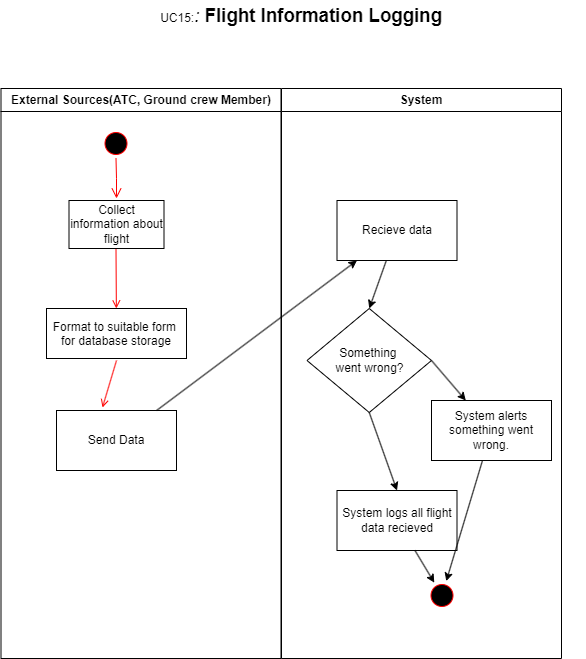
Before: Diagramms/Activity Diagrams/UC_15.drawio.png, a diagram exported from draw.io (Smr002/Group01_Airport_Management_System). Source tidied: cells renumbered, new cells last; positions are measured from the earlier drawing's top-left corner, leaving out a move shared by most shapes. Its diagram source:
```xml
<mxGraphModel>
  <root>
    <mxCell id="0" />
    <mxCell id="1" parent="0" />
    <mxCell id="2" value="External Sources(ATC, Ground crew Member)" style="swimlane;whiteSpace=wrap;" parent="1" vertex="1">
      <mxGeometry x="0.5" y="88" width="280" height="570" as="geometry" />
    </mxCell>
    <mxCell id="3" style="ellipse;shape=startState;fillColor=#000000;strokeColor=#ff0000;" parent="2" vertex="1">
      <mxGeometry x="100" y="40" width="30" height="30" as="geometry" />
    </mxCell>
    <mxCell id="4" style="edgeStyle=elbowEdgeStyle;elbow=horizontal;verticalAlign=bottom;endArrow=open;endSize=8;strokeColor=#FF0000;endFill=1;rounded=0;" parent="2" edge="1" source="3">
      <mxGeometry x="100" y="40" as="geometry">
        <mxPoint x="115.5" y="110" as="targetPoint" />
      </mxGeometry>
    </mxCell>
    <mxCell id="5" value="Format to suitable form &#10;for database storage" parent="2" vertex="1">
      <mxGeometry x="45.5" y="220" width="140" height="50" as="geometry" />
    </mxCell>
    <mxCell id="6" style="endArrow=open;strokeColor=#FF0000;endFill=1;rounded=0;" parent="2" edge="1" target="5">
      <mxGeometry relative="1" as="geometry">
        <mxPoint x="115" y="160" as="sourcePoint" />
      </mxGeometry>
    </mxCell>
    <mxCell id="7" value="Collect information about flight" style="rounded=0;whiteSpace=wrap;html=1;" parent="2" vertex="1">
      <mxGeometry x="68" y="112" width="95" height="48" as="geometry" />
    </mxCell>
    <mxCell id="8" style="endArrow=open;strokeColor=#FF0000;endFill=1;rounded=0;entryX=0.383;entryY=-0.05;entryDx=0;entryDy=0;entryPerimeter=0;" parent="2" edge="1" target="9">
      <mxGeometry relative="1" as="geometry">
        <mxPoint x="115.5" y="272" as="sourcePoint" />
      </mxGeometry>
    </mxCell>
    <mxCell id="9" value="Send Data" style="rounded=0;whiteSpace=wrap;html=1;" parent="2" vertex="1">
      <mxGeometry x="55.5" y="322" width="120" height="60" as="geometry" />
    </mxCell>
    <mxCell id="10" value="System" style="swimlane;whiteSpace=wrap;" parent="1" vertex="1">
      <mxGeometry x="281" y="88" width="280" height="570" as="geometry" />
    </mxCell>
    <mxCell id="11" value="Something&amp;nbsp;&lt;div&gt;went wrong?&lt;/div&gt;" style="rhombus;whiteSpace=wrap;html=1;" parent="10" vertex="1">
      <mxGeometry x="25.5" y="220" width="124.5" height="104" as="geometry" />
    </mxCell>
    <mxCell id="12" value="System alerts something went wrong." style="rounded=0;whiteSpace=wrap;html=1;" parent="10" vertex="1">
      <mxGeometry x="150" y="312" width="120" height="60" as="geometry" />
    </mxCell>
    <mxCell id="13" value="System logs all flight data recieved" style="rounded=0;whiteSpace=wrap;html=1;" parent="10" vertex="1">
      <mxGeometry x="55.5" y="402" width="120" height="60" as="geometry" />
    </mxCell>
    <mxCell id="14" style="endArrow=classic;html=1;rounded=0;exitX=1;exitY=0.5;exitDx=0;exitDy=0;" parent="10" edge="1" source="11" target="12">
      <mxGeometry relative="1" as="geometry" />
    </mxCell>
    <mxCell id="15" style="endArrow=classic;html=1;rounded=0;exitX=0.5;exitY=1;exitDx=0;exitDy=0;entryX=0.5;entryY=0;entryDx=0;entryDy=0;" parent="10" edge="1" source="11" target="13">
      <mxGeometry relative="1" as="geometry" />
    </mxCell>
    <mxCell id="16" style="ellipse;shape=startState;fillColor=#000000;strokeColor=#ff0000;" parent="10" vertex="1">
      <mxGeometry x="145.5" y="492" width="30" height="30" as="geometry" />
    </mxCell>
    <mxCell id="17" style="endArrow=classic;html=1;rounded=0;" parent="10" edge="1" source="13" target="16">
      <mxGeometry relative="1" as="geometry" />
    </mxCell>
    <mxCell id="18" style="endArrow=classic;html=1;rounded=0;" parent="10" edge="1" source="12" target="16">
      <mxGeometry relative="1" as="geometry" />
    </mxCell>
    <mxCell id="19" value="Recieve data" style="rounded=0;whiteSpace=wrap;html=1;" parent="10" vertex="1">
      <mxGeometry x="55.5" y="112" width="120" height="60" as="geometry" />
    </mxCell>
    <mxCell id="20" style="endArrow=classic;html=1;rounded=0;entryX=0.5;entryY=0;entryDx=0;entryDy=0;" parent="10" edge="1" source="19" target="11">
      <mxGeometry relative="1" as="geometry" />
    </mxCell>
    <mxCell id="21" value="UC15:&lt;i&gt;&lt;span style=&quot;font-size:14.0pt;line-height:115%;font-family:&amp;quot;Arial&amp;quot;,sans-serif;&lt;br/&gt;mso-fareast-font-family:Arial;mso-font-kerning:0pt;mso-ligatures:none;&lt;br/&gt;mso-ansi-language:EN;mso-fareast-language:#1000;mso-bidi-language:AR-SA&quot; lang=&quot;EN&quot;&gt;: &lt;/span&gt;&lt;/i&gt;&lt;b&gt;&lt;span style=&quot;font-size:14.0pt;line-height:115%;font-family:&amp;quot;Arial&amp;quot;,sans-serif;&lt;br/&gt;mso-fareast-font-family:Arial;mso-font-kerning:0pt;mso-ligatures:none;&lt;br/&gt;mso-ansi-language:EN;mso-fareast-language:#1000;mso-bidi-language:AR-SA&quot; lang=&quot;EN&quot;&gt;Flight Information Logging&lt;/span&gt;&lt;/b&gt;" style="text;html=1;align=center;verticalAlign=middle;whiteSpace=wrap;rounded=0;" parent="1" vertex="1">
      <mxGeometry x="16" width="570" height="30" as="geometry" />
    </mxCell>
    <mxCell id="22" style="endArrow=classic;html=1;rounded=0;" parent="1" edge="1" source="9" target="19">
      <mxGeometry relative="1" as="geometry" />
    </mxCell>
  </root>
</mxGraphModel>
```
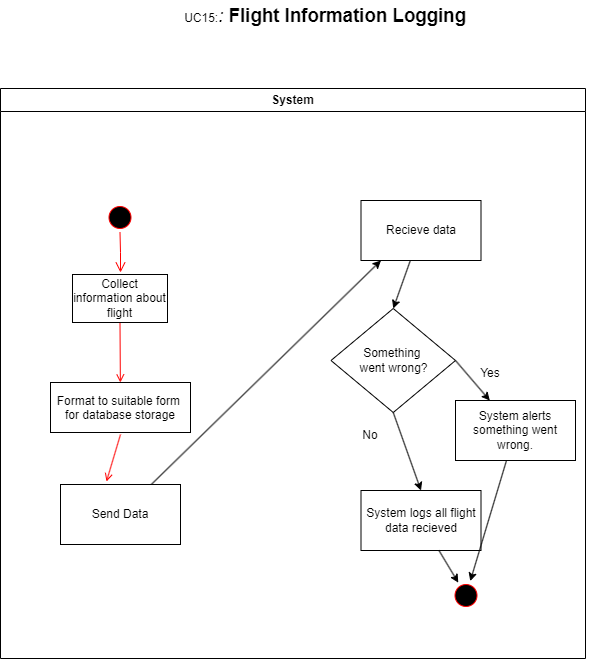
The same file after the commit.

The edit, as a diff of the source:
```diff
@@ -2,74 +2,79 @@
   <root>
     <mxCell id="0" />
     <mxCell id="1" parent="0" />
-    <mxCell id="2" value="External Sources(ATC, Ground crew Member)" style="swimlane;whiteSpace=wrap;" parent="1" vertex="1">
-      <mxGeometry x="0.5" y="88" width="280" height="570" as="geometry" />
-    </mxCell>
-    <mxCell id="3" style="ellipse;shape=startState;fillColor=#000000;strokeColor=#ff0000;" parent="2" vertex="1">
-      <mxGeometry x="100" y="40" width="30" height="30" as="geometry" />
-    </mxCell>
-    <mxCell id="4" style="edgeStyle=elbowEdgeStyle;elbow=horizontal;verticalAlign=bottom;endArrow=open;endSize=8;strokeColor=#FF0000;endFill=1;rounded=0;" parent="2" edge="1" source="3">
-      <mxGeometry x="100" y="40" as="geometry">
-        <mxPoint x="115.5" y="110" as="targetPoint" />
-      </mxGeometry>
-    </mxCell>
+    <mxCell id="10" value="System" style="swimlane;whiteSpace=wrap;" parent="1" vertex="1">
+      <mxGeometry x="-24" y="88" width="585" height="570" as="geometry" />
+    </mxCell>
+    <mxCell id="23" value="Yes" style="text;strokeColor=none;align=center;fillColor=none;html=1;verticalAlign=middle;whiteSpace=wrap;rounded=0;" parent="10" vertex="1">
+      <mxGeometry x="460" y="270" width="60" height="30" as="geometry" />
+    </mxCell>
+    <mxCell id="24" value="No" style="text;strokeColor=none;align=center;fillColor=none;html=1;verticalAlign=middle;whiteSpace=wrap;rounded=0;" parent="10" vertex="1">
+      <mxGeometry x="340" y="332" width="60" height="30" as="geometry" />
+    </mxCell>
+    <mxCell id="21" value="UC15:&lt;i&gt;&lt;span style=&quot;font-size:14.0pt;line-height:115%;font-family:&amp;quot;Arial&amp;quot;,sans-serif;&lt;br/&gt;mso-fareast-font-family:Arial;mso-font-kerning:0pt;mso-ligatures:none;&lt;br/&gt;mso-ansi-language:EN;mso-fareast-language:#1000;mso-bidi-language:AR-SA&quot; lang=&quot;EN&quot;&gt;: &lt;/span&gt;&lt;/i&gt;&lt;b&gt;&lt;span style=&quot;font-size:14.0pt;line-height:115%;font-family:&amp;quot;Arial&amp;quot;,sans-serif;&lt;br/&gt;mso-fareast-font-family:Arial;mso-font-kerning:0pt;mso-ligatures:none;&lt;br/&gt;mso-ansi-language:EN;mso-fareast-language:#1000;mso-bidi-language:AR-SA&quot; lang=&quot;EN&quot;&gt;Flight Information Logging&lt;/span&gt;&lt;/b&gt;" style="text;html=1;align=center;verticalAlign=middle;whiteSpace=wrap;rounded=0;" parent="1" vertex="1">
+      <mxGeometry x="16" width="570" height="30" as="geometry" />
+    </mxCell>
+    <mxCell id="22" style="endArrow=classic;html=1;rounded=0;" parent="1" edge="1" source="9">
+      <mxGeometry relative="1" as="geometry">
+        <mxPoint x="356.4" y="260" as="targetPoint" />
+      </mxGeometry>
+    </mxCell>
+    <mxCell id="25" style="ellipse;shape=startState;fillColor=#000000;strokeColor=#ff0000;" parent="1" vertex="1">
+      <mxGeometry x="80.5" y="202" width="30" height="30" as="geometry" />
+    </mxCell>
+    <mxCell id="26" style="edgeStyle=elbowEdgeStyle;elbow=horizontal;verticalAlign=bottom;endArrow=open;endSize=8;strokeColor=#FF0000;endFill=1;rounded=0;" parent="1" edge="1" source="25">
+      <mxGeometry x="100" y="40" as="geometry">
+        <mxPoint x="96" y="272" as="targetPoint" />
+      </mxGeometry>
+    </mxCell>
-    <mxCell id="5" value="Format to suitable form &#10;for database storage" parent="2" vertex="1">
-      <mxGeometry x="45.5" y="220" width="140" height="50" as="geometry" />
+    <mxCell id="5" value="Format to suitable form &#10;for database storage" parent="1" vertex="1">
+      <mxGeometry x="26" y="382" width="140" height="50" as="geometry" />
     </mxCell>
-    <mxCell id="6" style="endArrow=open;strokeColor=#FF0000;endFill=1;rounded=0;" parent="2" edge="1" target="5">
-      <mxGeometry relative="1" as="geometry">
-        <mxPoint x="115" y="160" as="sourcePoint" />
-      </mxGeometry>
-    </mxCell>
+    <mxCell id="27" style="endArrow=open;strokeColor=#FF0000;endFill=1;rounded=0;" parent="1" edge="1" target="5">
+      <mxGeometry relative="1" as="geometry">
+        <mxPoint x="95.5" y="322" as="sourcePoint" />
+      </mxGeometry>
+    </mxCell>
-    <mxCell id="7" value="Collect information about flight" style="rounded=0;whiteSpace=wrap;html=1;" parent="2" vertex="1">
-      <mxGeometry x="68" y="112" width="95" height="48" as="geometry" />
+    <mxCell id="7" value="Collect information about flight" style="rounded=0;whiteSpace=wrap;html=1;" parent="1" vertex="1">
+      <mxGeometry x="48" y="274" width="95" height="48" as="geometry" />
     </mxCell>
-    <mxCell id="8" style="endArrow=open;strokeColor=#FF0000;endFill=1;rounded=0;entryX=0.383;entryY=-0.05;entryDx=0;entryDy=0;entryPerimeter=0;" parent="2" edge="1" target="9">
-      <mxGeometry relative="1" as="geometry">
-        <mxPoint x="115.5" y="272" as="sourcePoint" />
-      </mxGeometry>
-    </mxCell>
+    <mxCell id="28" style="endArrow=open;strokeColor=#FF0000;endFill=1;rounded=0;entryX=0.383;entryY=-0.05;entryDx=0;entryDy=0;entryPerimeter=0;" parent="1" edge="1" target="9">
+      <mxGeometry relative="1" as="geometry">
+        <mxPoint x="96" y="434" as="sourcePoint" />
+      </mxGeometry>
+    </mxCell>
-    <mxCell id="9" value="Send Data" style="rounded=0;whiteSpace=wrap;html=1;" parent="2" vertex="1">
-      <mxGeometry x="55.5" y="322" width="120" height="60" as="geometry" />
+    <mxCell id="9" value="Send Data" style="rounded=0;whiteSpace=wrap;html=1;" parent="1" vertex="1">
+      <mxGeometry x="36" y="484" width="120" height="60" as="geometry" />
     </mxCell>
-    <mxCell id="10" value="System" style="swimlane;whiteSpace=wrap;" parent="1" vertex="1">
-      <mxGeometry x="281" y="88" width="280" height="570" as="geometry" />
-    </mxCell>
-    <mxCell id="11" value="Something&amp;nbsp;&lt;div&gt;went wrong?&lt;/div&gt;" style="rhombus;whiteSpace=wrap;html=1;" parent="10" vertex="1">
-      <mxGeometry x="25.5" y="220" width="124.5" height="104" as="geometry" />
+    <mxCell id="11" value="Something&amp;nbsp;&lt;div&gt;went wrong?&lt;/div&gt;" style="rhombus;whiteSpace=wrap;html=1;" parent="1" vertex="1">
+      <mxGeometry x="306.5" y="308" width="124.5" height="104" as="geometry" />
     </mxCell>
-    <mxCell id="12" value="System alerts something went wrong." style="rounded=0;whiteSpace=wrap;html=1;" parent="10" vertex="1">
-      <mxGeometry x="150" y="312" width="120" height="60" as="geometry" />
+    <mxCell id="12" value="System alerts something went wrong." style="rounded=0;whiteSpace=wrap;html=1;" parent="1" vertex="1">
+      <mxGeometry x="431" y="400" width="120" height="60" as="geometry" />
     </mxCell>
-    <mxCell id="13" value="System logs all flight data recieved" style="rounded=0;whiteSpace=wrap;html=1;" parent="10" vertex="1">
-      <mxGeometry x="55.5" y="402" width="120" height="60" as="geometry" />
+    <mxCell id="13" value="System logs all flight data recieved" style="rounded=0;whiteSpace=wrap;html=1;" parent="1" vertex="1">
+      <mxGeometry x="336.5" y="490" width="120" height="60" as="geometry" />
     </mxCell>
-    <mxCell id="14" style="endArrow=classic;html=1;rounded=0;exitX=1;exitY=0.5;exitDx=0;exitDy=0;" parent="10" edge="1" source="11" target="12">
+    <mxCell id="14" style="endArrow=classic;html=1;rounded=0;exitX=1;exitY=0.5;exitDx=0;exitDy=0;" parent="1" edge="1" source="11" target="12">
       <mxGeometry relative="1" as="geometry" />
     </mxCell>
-    <mxCell id="15" style="endArrow=classic;html=1;rounded=0;exitX=0.5;exitY=1;exitDx=0;exitDy=0;entryX=0.5;entryY=0;entryDx=0;entryDy=0;" parent="10" edge="1" source="11" target="13">
+    <mxCell id="15" style="endArrow=classic;html=1;rounded=0;exitX=0.5;exitY=1;exitDx=0;exitDy=0;entryX=0.5;entryY=0;entryDx=0;entryDy=0;" parent="1" edge="1" source="11" target="13">
       <mxGeometry relative="1" as="geometry" />
     </mxCell>
-    <mxCell id="16" style="ellipse;shape=startState;fillColor=#000000;strokeColor=#ff0000;" parent="10" vertex="1">
-      <mxGeometry x="145.5" y="492" width="30" height="30" as="geometry" />
-    </mxCell>
-    <mxCell id="17" style="endArrow=classic;html=1;rounded=0;" parent="10" edge="1" source="13" target="16">
-      <mxGeometry relative="1" as="geometry" />
-    </mxCell>
-    <mxCell id="18" style="endArrow=classic;html=1;rounded=0;" parent="10" edge="1" source="12" target="16">
-      <mxGeometry relative="1" as="geometry" />
-    </mxCell>
+    <mxCell id="29" style="ellipse;shape=startState;fillColor=#000000;strokeColor=#ff0000;" parent="1" vertex="1">
+      <mxGeometry x="426.5" y="580" width="30" height="30" as="geometry" />
+    </mxCell>
+    <mxCell id="30" style="endArrow=classic;html=1;rounded=0;" parent="1" edge="1" source="13" target="29">
+      <mxGeometry relative="1" as="geometry" />
+    </mxCell>
+    <mxCell id="31" style="endArrow=classic;html=1;rounded=0;" parent="1" edge="1" source="12" target="29">
+      <mxGeometry relative="1" as="geometry" />
+    </mxCell>
-    <mxCell id="19" value="Recieve data" style="rounded=0;whiteSpace=wrap;html=1;" parent="10" vertex="1">
-      <mxGeometry x="55.5" y="112" width="120" height="60" as="geometry" />
+    <mxCell id="19" value="Recieve data" style="rounded=0;whiteSpace=wrap;html=1;" parent="1" vertex="1">
+      <mxGeometry x="336.5" y="200" width="120" height="60" as="geometry" />
     </mxCell>
-    <mxCell id="20" style="endArrow=classic;html=1;rounded=0;entryX=0.5;entryY=0;entryDx=0;entryDy=0;" parent="10" edge="1" source="19" target="11">
+    <mxCell id="20" style="endArrow=classic;html=1;rounded=0;entryX=0.5;entryY=0;entryDx=0;entryDy=0;" parent="1" edge="1" source="19" target="11">
       <mxGeometry relative="1" as="geometry" />
     </mxCell>
-    <mxCell id="21" value="UC15:&lt;i&gt;&lt;span style=&quot;font-size:14.0pt;line-height:115%;font-family:&amp;quot;Arial&amp;quot;,sans-serif;&lt;br/&gt;mso-fareast-font-family:Arial;mso-font-kerning:0pt;mso-ligatures:none;&lt;br/&gt;mso-ansi-language:EN;mso-fareast-language:#1000;mso-bidi-language:AR-SA&quot; lang=&quot;EN&quot;&gt;: &lt;/span&gt;&lt;/i&gt;&lt;b&gt;&lt;span style=&quot;font-size:14.0pt;line-height:115%;font-family:&amp;quot;Arial&amp;quot;,sans-serif;&lt;br/&gt;mso-fareast-font-family:Arial;mso-font-kerning:0pt;mso-ligatures:none;&lt;br/&gt;mso-ansi-language:EN;mso-fareast-language:#1000;mso-bidi-language:AR-SA&quot; lang=&quot;EN&quot;&gt;Flight Information Logging&lt;/span&gt;&lt;/b&gt;" style="text;html=1;align=center;verticalAlign=middle;whiteSpace=wrap;rounded=0;" parent="1" vertex="1">
-      <mxGeometry x="16" width="570" height="30" as="geometry" />
-    </mxCell>
-    <mxCell id="22" style="endArrow=classic;html=1;rounded=0;" parent="1" edge="1" source="9" target="19">
-      <mxGeometry relative="1" as="geometry" />
-    </mxCell>
   </root>
 </mxGraphModel>
```
